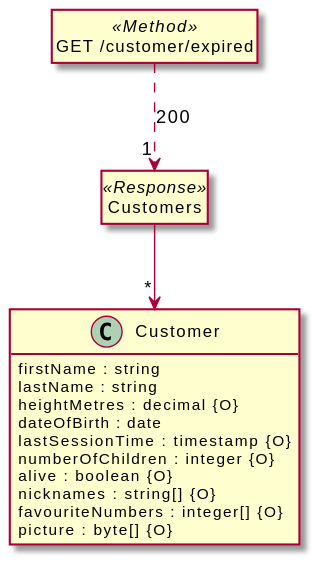
This is src/docs/tests/path-returns-ref.puml.svg from davidmoten/openapi-to-plantuml, a PlantUML export, as it was before one commit.
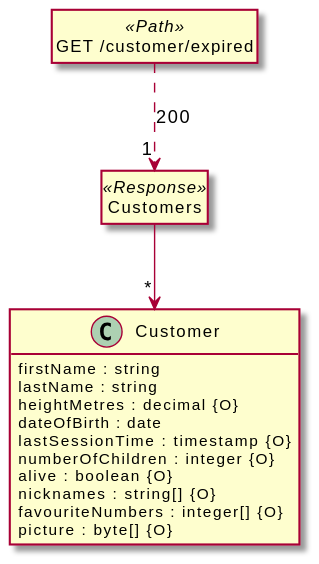
Above is the later version.

Diff of the diagram source:
```diff
@@ -1,5 +1,5 @@
 @startuml
-hide <<Method>> circle
+hide <<Path>> circle
 hide <<Response>> circle
 hide <<Parameter>> circle
 hide empty methods
@@ -22,7 +22,7 @@
 class "Customers" <<Response>> {
 }
 
-class "GET /customer/expired" <<Method>> {
+class "GET /customer/expired" <<Path>> {
 }
 
 "Customers" --> "*" "Customer"
```
